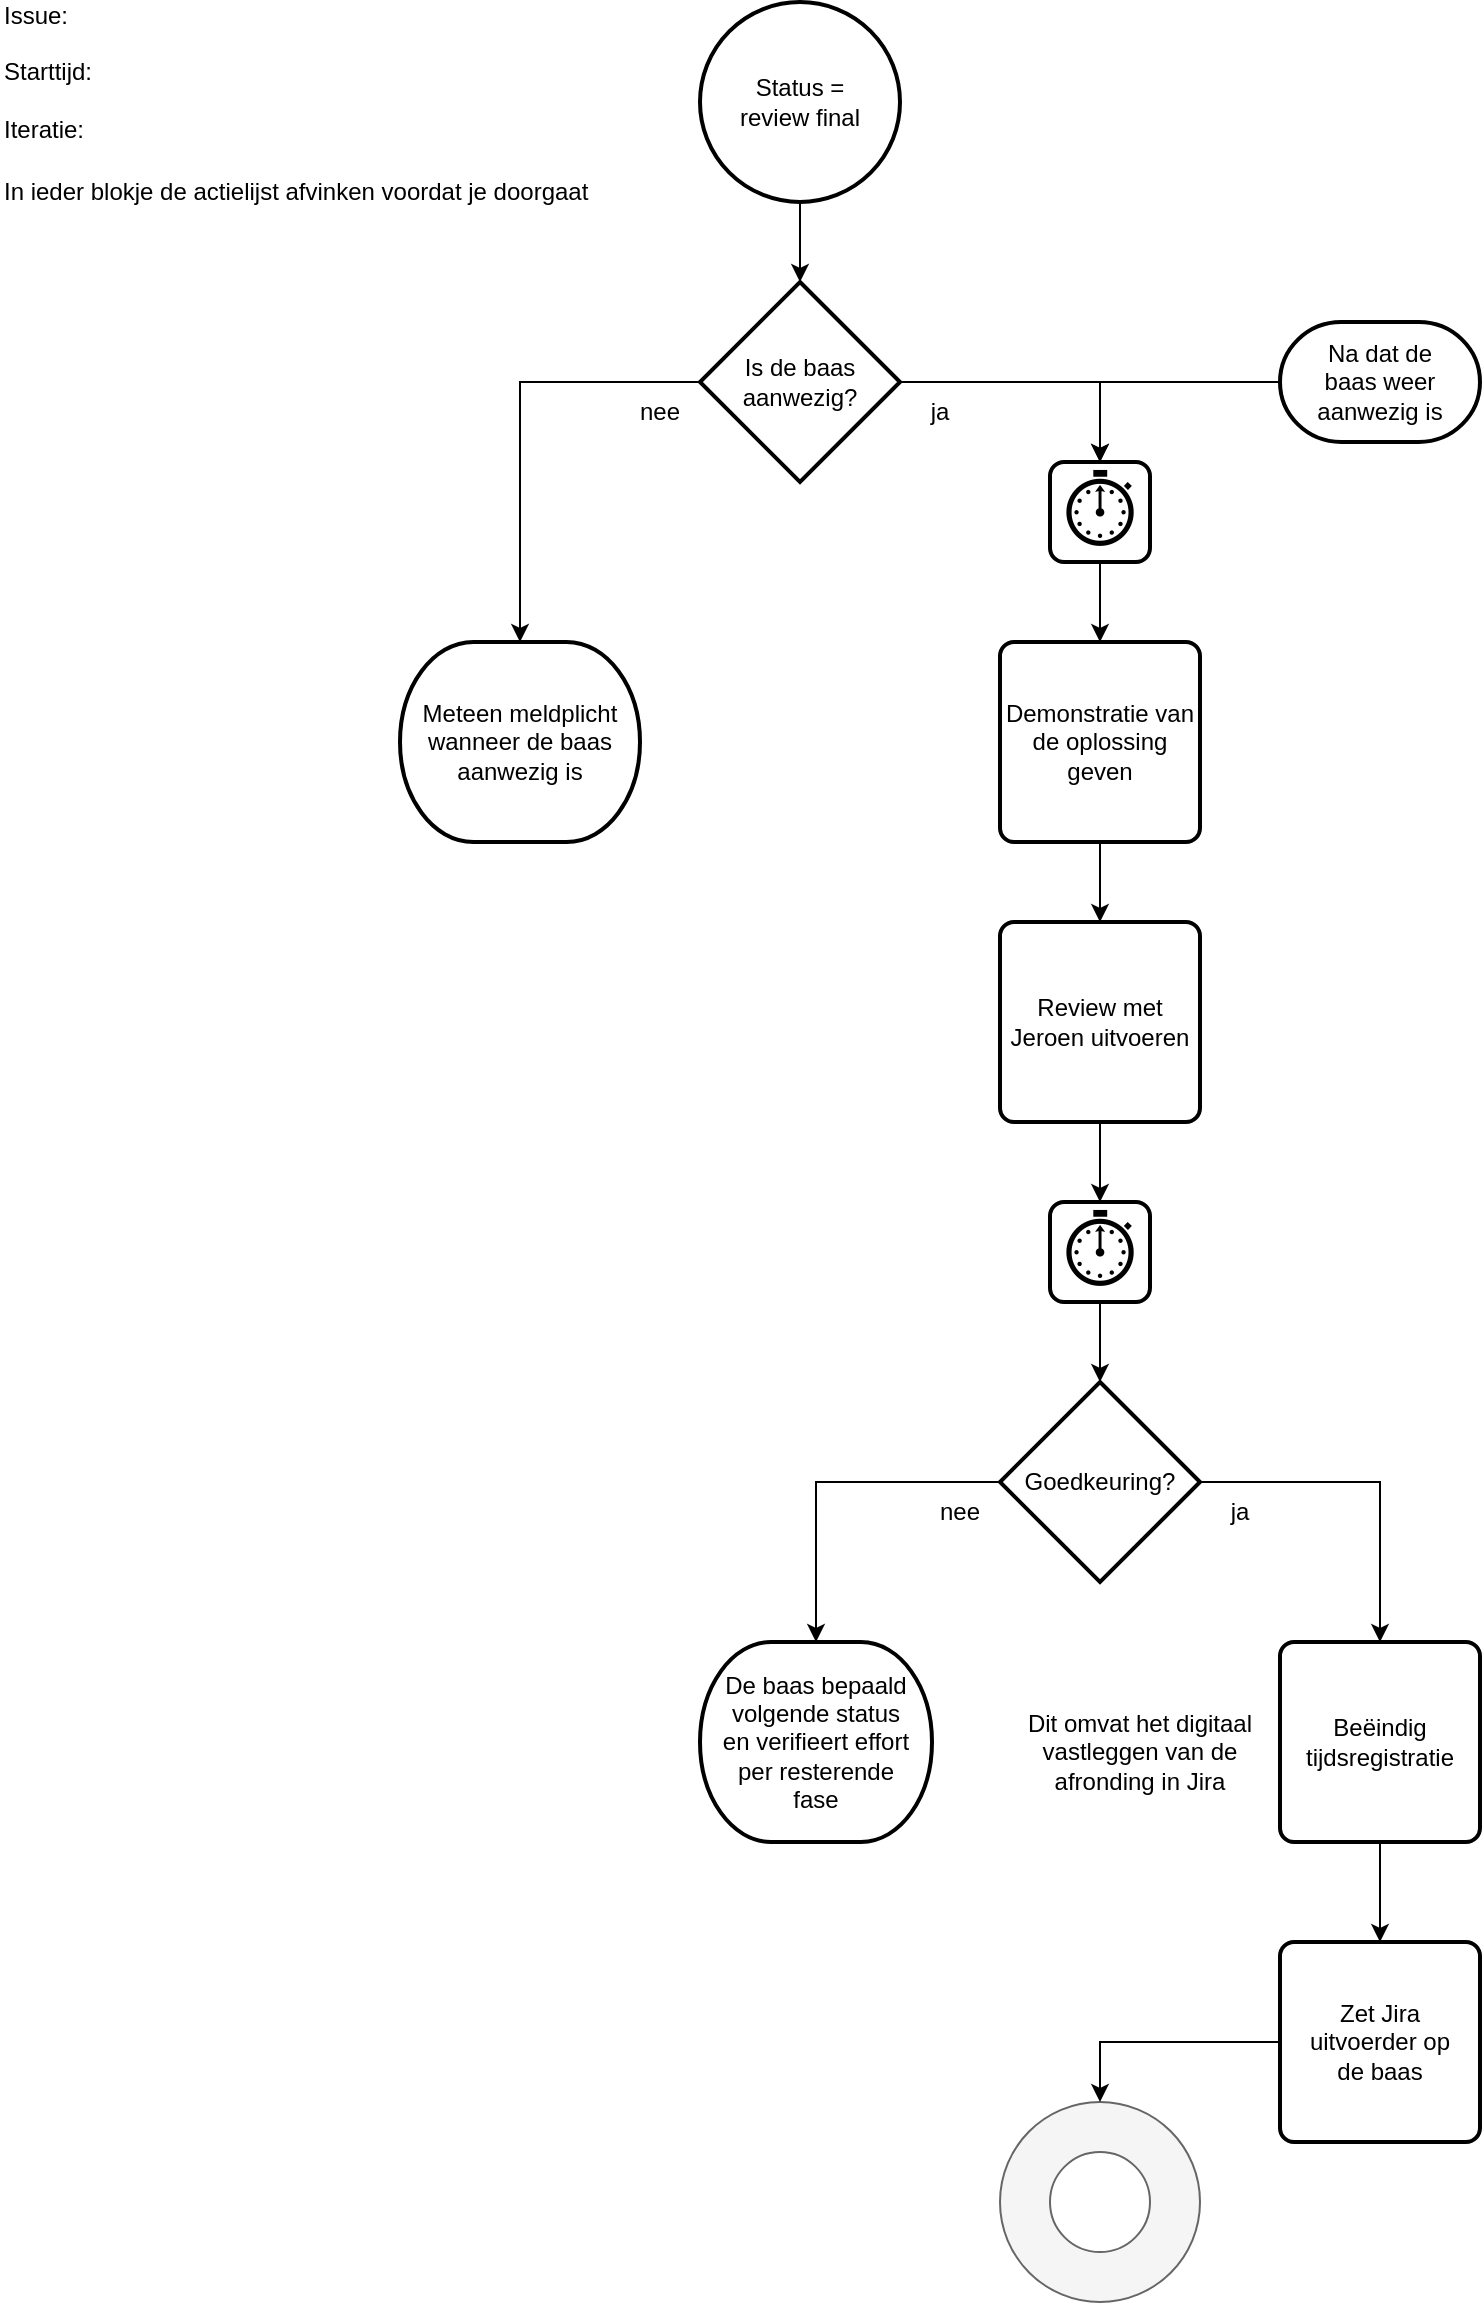
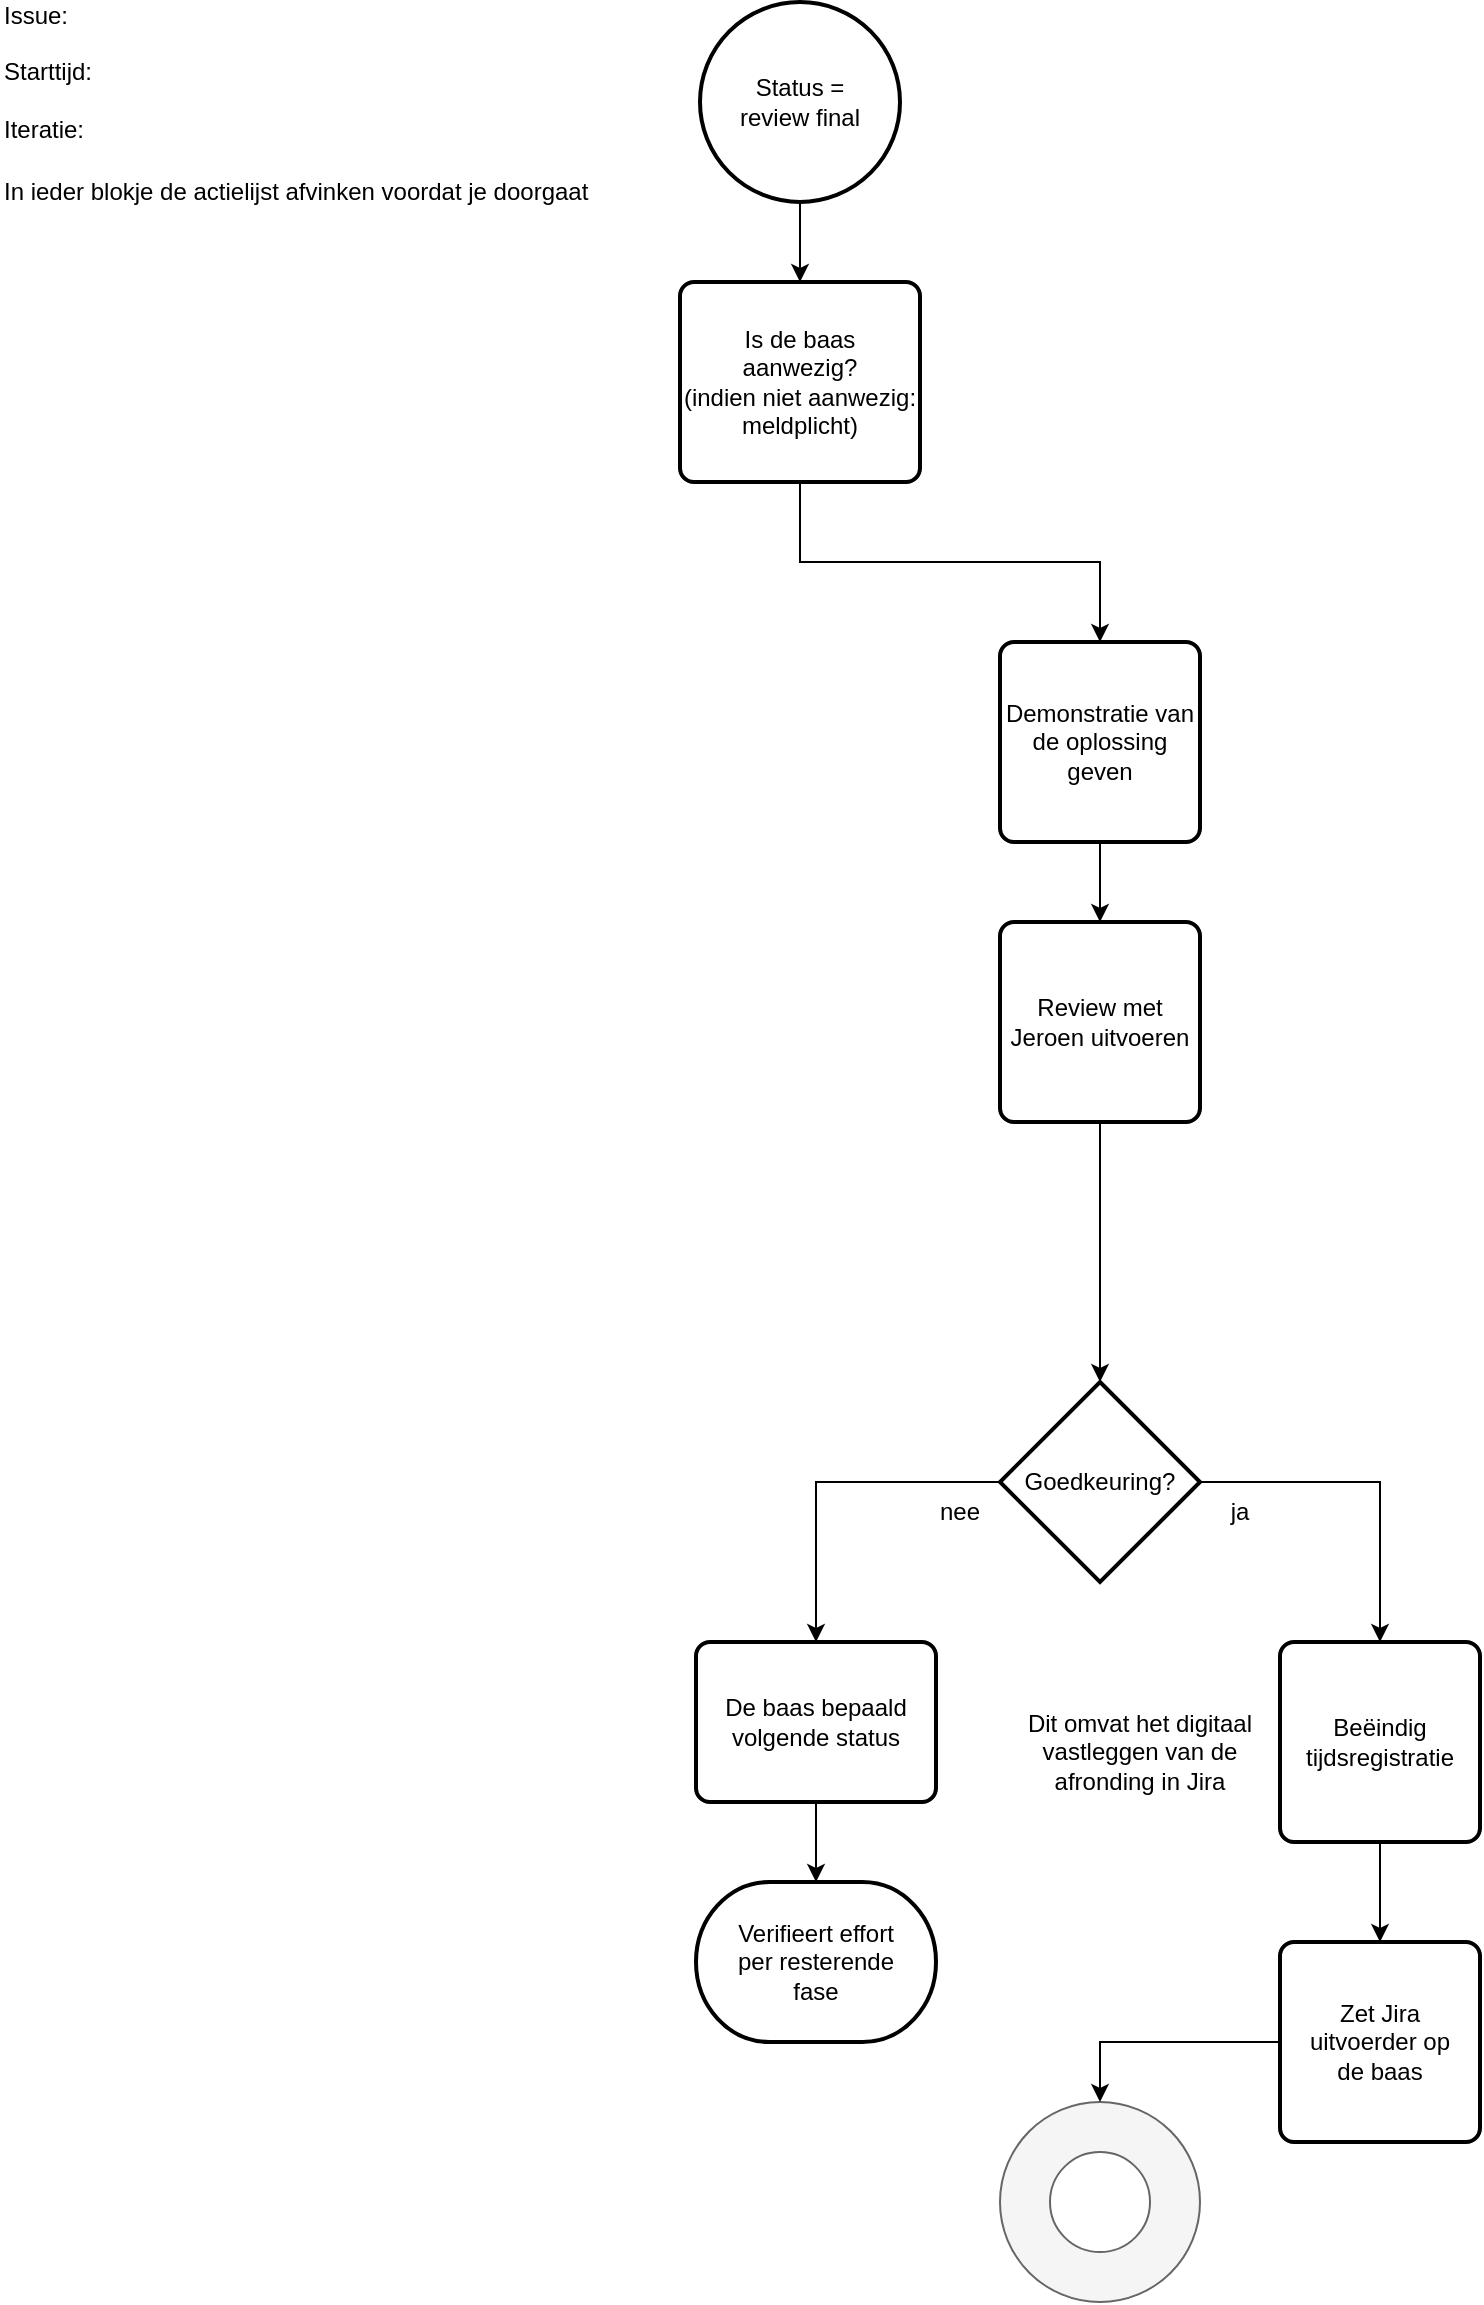
<mxfile host="Electron" agent="Mozilla/5.0 (Windows NT 10.0; Win64; x64) AppleWebKit/537.36 (KHTML, like Gecko) Chrome/143.0.0.0 Safari/537.36">
  <diagram name="Page-1" id="OA8Psgw5BU6XrezAwxYp">
    <mxGraphModel dx="842" dy="6421" grid="1" gridSize="10" guides="1" tooltips="1" connect="1" arrows="1" fold="1" page="1" pageScale="1" pageWidth="827" pageHeight="1169" math="0" shadow="0">
      <root>
        <mxCell id="0" />
        <mxCell id="1" parent="0" />
-         <mxCell id="mpQzUtWff58q1bPTKcpG-1" edge="1" parent="1" source="mpQzUtWff58q1bPTKcpG-2" style="edgeStyle=orthogonalEdgeStyle;rounded=0;orthogonalLoop=1;jettySize=auto;html=1;entryX=0.5;entryY=0;entryDx=0;entryDy=0;entryPerimeter=0;" target="mpQzUtWff58q1bPTKcpG-4" value="">
+         <mxCell id="mpQzUtWff58q1bPTKcpG-1" edge="1" parent="1" source="mpQzUtWff58q1bPTKcpG-2" style="edgeStyle=orthogonalEdgeStyle;rounded=0;orthogonalLoop=1;jettySize=auto;html=1;entryX=0.5;entryY=0;entryDx=0;entryDy=0;" target="mpQzUtWff58q1bPTKcpG-4" value="">
          <mxGeometry relative="1" as="geometry" />
        </mxCell>
        <object label="Status =&lt;br&gt;review final" Action="1001" id="mpQzUtWff58q1bPTKcpG-2">
          <mxCell parent="1" style="strokeWidth=2;html=1;shape=mxgraph.flowchart.start_2;whiteSpace=wrap;" vertex="1">
            <mxGeometry height="100" width="100" x="360" y="-5835" as="geometry" />
          </mxCell>
        </object>
-         <mxCell id="mpQzUtWff58q1bPTKcpG-3" edge="1" parent="1" source="mpQzUtWff58q1bPTKcpG-4" style="edgeStyle=orthogonalEdgeStyle;rounded=0;orthogonalLoop=1;jettySize=auto;html=1;exitX=1;exitY=0.5;exitDx=0;exitDy=0;exitPerimeter=0;entryX=0.5;entryY=0;entryDx=0;entryDy=0;" target="mpQzUtWff58q1bPTKcpG-30">
+         <mxCell id="mpQzUtWff58q1bPTKcpG-3" edge="1" parent="1" source="mpQzUtWff58q1bPTKcpG-4" style="edgeStyle=orthogonalEdgeStyle;rounded=0;orthogonalLoop=1;jettySize=auto;html=1;exitX=0.5;exitY=1;exitDx=0;exitDy=0;entryX=0.5;entryY=0;entryDx=0;entryDy=0;" target="mpQzUtWff58q1bPTKcpG-18">
          <mxGeometry relative="1" as="geometry" />
        </mxCell>
-         <object label="Is de baas&lt;br&gt;aanwezig?" Action="1002" id="mpQzUtWff58q1bPTKcpG-4">
-           <mxCell parent="1" style="strokeWidth=2;html=1;shape=mxgraph.flowchart.decision;whiteSpace=wrap;" vertex="1">
-             <mxGeometry height="100" width="100" x="360" y="-5695" as="geometry" />
-           </mxCell>
-         </object>
-         <mxCell id="mpQzUtWff58q1bPTKcpG-5" parent="1" style="text;html=1;whiteSpace=wrap;strokeColor=none;fillColor=none;align=center;verticalAlign=middle;rounded=0;" value="ja" vertex="1">
-           <mxGeometry height="30" width="60" x="450" y="-5645" as="geometry" />
-         </mxCell>
-         <object label="Meteen meldplicht&lt;br&gt;wanneer de baas&lt;br&gt;aanwezig is" Action="1002F" id="mpQzUtWff58q1bPTKcpG-6">
-           <mxCell parent="1" style="strokeWidth=2;html=1;shape=mxgraph.flowchart.terminator;whiteSpace=wrap;" vertex="1">
-             <mxGeometry height="100" width="120" x="210" y="-5515" as="geometry" />
-           </mxCell>
-         </object>
-         <mxCell id="mpQzUtWff58q1bPTKcpG-7" parent="1" style="text;html=1;whiteSpace=wrap;strokeColor=none;fillColor=none;align=center;verticalAlign=middle;rounded=0;" value="nee" vertex="1">
-           <mxGeometry height="30" width="60" x="310" y="-5645" as="geometry" />
-         </mxCell>
-         <mxCell id="mpQzUtWff58q1bPTKcpG-8" edge="1" parent="1" source="mpQzUtWff58q1bPTKcpG-4" style="edgeStyle=orthogonalEdgeStyle;rounded=0;orthogonalLoop=1;jettySize=auto;html=1;exitX=0;exitY=0.5;exitDx=0;exitDy=0;exitPerimeter=0;entryX=0.5;entryY=0;entryDx=0;entryDy=0;entryPerimeter=0;" target="mpQzUtWff58q1bPTKcpG-6">
-           <mxGeometry relative="1" as="geometry" />
-         </mxCell>
-         <mxCell id="mpQzUtWff58q1bPTKcpG-9" edge="1" parent="1" source="mpQzUtWff58q1bPTKcpG-10" style="edgeStyle=orthogonalEdgeStyle;rounded=0;orthogonalLoop=1;jettySize=auto;html=1;exitX=0;exitY=0.5;exitDx=0;exitDy=0;exitPerimeter=0;entryX=0.5;entryY=0;entryDx=0;entryDy=0;" target="mpQzUtWff58q1bPTKcpG-30">
-           <mxGeometry relative="1" as="geometry" />
-         </mxCell>
-         <object label="Na dat de&lt;br&gt;baas weer&lt;br&gt;aanwezig is" Action="1002T" id="mpQzUtWff58q1bPTKcpG-10">
-           <mxCell parent="1" style="strokeWidth=2;html=1;shape=mxgraph.flowchart.terminator;whiteSpace=wrap;" vertex="1">
-             <mxGeometry height="60" width="100" x="650" y="-5675" as="geometry" />
+         <object label="Is de baas&lt;br&gt;aanwezig?&lt;br&gt;(indien niet aanwezig:&lt;br&gt;meldplicht)" Action="1002" id="mpQzUtWff58q1bPTKcpG-4">
+           <mxCell parent="1" style="rounded=1;whiteSpace=wrap;html=1;absoluteArcSize=1;arcSize=14;strokeWidth=2;" vertex="1">
+             <mxGeometry height="100" width="120" x="350" y="-5695" as="geometry" />
          </mxCell>
        </object>
        <object label="Goedkeuring?" Action="1007" id="mpQzUtWff58q1bPTKcpG-11">
          <mxCell parent="1" style="strokeWidth=2;html=1;shape=mxgraph.flowchart.decision;whiteSpace=wrap;" vertex="1">
            <mxGeometry height="100" width="100" x="510" y="-5145" as="geometry" />
          </mxCell>
        </object>
        <mxCell id="mpQzUtWff58q1bPTKcpG-12" edge="1" parent="1" source="mpQzUtWff58q1bPTKcpG-11" style="edgeStyle=orthogonalEdgeStyle;rounded=0;orthogonalLoop=1;jettySize=auto;html=1;exitX=1;exitY=0.5;exitDx=0;exitDy=0;exitPerimeter=0;entryX=0.5;entryY=0;entryDx=0;entryDy=0;" target="mpQzUtWff58q1bPTKcpG-20">
          <mxGeometry relative="1" as="geometry" />
        </mxCell>
        <mxCell id="mpQzUtWff58q1bPTKcpG-13" parent="1" style="text;html=1;whiteSpace=wrap;strokeColor=none;fillColor=none;align=center;verticalAlign=middle;rounded=0;" value="ja" vertex="1">
          <mxGeometry height="30" width="60" x="600" y="-5095" as="geometry" />
        </mxCell>
-         <object label="De baas bepaald&lt;br&gt;volgende status&lt;br&gt;en verifieert effort&lt;br&gt;per resterende&lt;br&gt;fase" Action="1007F" id="mpQzUtWff58q1bPTKcpG-14">
-           <mxCell parent="1" style="strokeWidth=2;html=1;shape=mxgraph.flowchart.terminator;whiteSpace=wrap;" vertex="1">
-             <mxGeometry height="100" width="116" x="360" y="-5015" as="geometry" />
+         <object label="De baas bepaald&lt;br&gt;volgende status" Action="1007F" id="mpQzUtWff58q1bPTKcpG-14">
+           <mxCell parent="1" style="rounded=1;whiteSpace=wrap;html=1;absoluteArcSize=1;arcSize=14;strokeWidth=2;" vertex="1">
+             <mxGeometry height="80" width="120" x="358" y="-5015" as="geometry" />
          </mxCell>
        </object>
-         <mxCell id="mpQzUtWff58q1bPTKcpG-15" edge="1" parent="1" source="mpQzUtWff58q1bPTKcpG-11" style="edgeStyle=orthogonalEdgeStyle;rounded=0;orthogonalLoop=1;jettySize=auto;html=1;exitX=0;exitY=0.5;exitDx=0;exitDy=0;exitPerimeter=0;entryX=0.5;entryY=0;entryDx=0;entryDy=0;entryPerimeter=0;" target="mpQzUtWff58q1bPTKcpG-14">
+         <mxCell id="mpQzUtWff58q1bPTKcpG-15" edge="1" parent="1" source="mpQzUtWff58q1bPTKcpG-11" style="edgeStyle=orthogonalEdgeStyle;rounded=0;orthogonalLoop=1;jettySize=auto;html=1;exitX=0;exitY=0.5;exitDx=0;exitDy=0;exitPerimeter=0;entryX=0.5;entryY=0;entryDx=0;entryDy=0;" target="mpQzUtWff58q1bPTKcpG-14">
          <mxGeometry relative="1" as="geometry" />
        </mxCell>
        <mxCell id="mpQzUtWff58q1bPTKcpG-16" parent="1" style="text;html=1;whiteSpace=wrap;strokeColor=none;fillColor=none;align=center;verticalAlign=middle;rounded=0;" value="nee" vertex="1">
          <mxGeometry height="30" width="60" x="460" y="-5095" as="geometry" />
        </mxCell>
-         <mxCell id="mpQzUtWff58q1bPTKcpG-17" edge="1" parent="1" source="mpQzUtWff58q1bPTKcpG-18" style="edgeStyle=orthogonalEdgeStyle;rounded=0;orthogonalLoop=1;jettySize=auto;html=1;" target="mpQzUtWff58q1bPTKcpG-28" value="">
+         <mxCell id="mpQzUtWff58q1bPTKcpG-17" edge="1" parent="1" source="mpQzUtWff58q1bPTKcpG-18" style="edgeStyle=orthogonalEdgeStyle;rounded=0;orthogonalLoop=1;jettySize=auto;html=1;exitX=0.5;exitY=1;exitDx=0;exitDy=0;entryX=0.5;entryY=0;entryDx=0;entryDy=0;" target="mpQzUtWff58q1bPTKcpG-28" value="">
          <mxGeometry relative="1" as="geometry" />
        </mxCell>
        <object label="Demonstratie van de oplossing geven" Action="1004" id="mpQzUtWff58q1bPTKcpG-18">
          <mxCell parent="1" style="rounded=1;whiteSpace=wrap;html=1;absoluteArcSize=1;arcSize=14;strokeWidth=2;" vertex="1">
            <mxGeometry height="100" width="100" x="510" y="-5515" as="geometry" />
          </mxCell>
        </object>
        <mxCell id="mpQzUtWff58q1bPTKcpG-19" edge="1" parent="1" source="mpQzUtWff58q1bPTKcpG-20" style="edgeStyle=orthogonalEdgeStyle;rounded=0;orthogonalLoop=1;jettySize=auto;html=1;" target="mpQzUtWff58q1bPTKcpG-22" value="">
          <mxGeometry relative="1" as="geometry" />
        </mxCell>
        <object label="Beëindig&lt;br&gt;tijdsregistratie" Action="1007T" id="mpQzUtWff58q1bPTKcpG-20">
          <mxCell parent="1" style="rounded=1;whiteSpace=wrap;html=1;absoluteArcSize=1;arcSize=14;strokeWidth=2;" vertex="1">
            <mxGeometry height="100" width="100" x="650" y="-5015" as="geometry" />
          </mxCell>
        </object>
        <mxCell id="mpQzUtWff58q1bPTKcpG-21" parent="1" style="text;html=1;whiteSpace=wrap;strokeColor=none;fillColor=none;align=center;verticalAlign=middle;rounded=0;" value="Dit omvat het digitaal vastleggen van de afronding in Jira" vertex="1">
          <mxGeometry height="30" width="120" x="520" y="-4975" as="geometry" />
        </mxCell>
        <object label="Zet Jira&lt;br&gt;uitvoerder op&lt;br&gt;de baas" Action="1008" id="mpQzUtWff58q1bPTKcpG-22">
          <mxCell parent="1" style="rounded=1;whiteSpace=wrap;html=1;absoluteArcSize=1;arcSize=14;strokeWidth=2;" vertex="1">
            <mxGeometry height="100" width="100" x="650" y="-4865" as="geometry" />
          </mxCell>
        </object>
        <mxCell id="mpQzUtWff58q1bPTKcpG-23" parent="1" style="verticalLabelPosition=bottom;verticalAlign=top;html=1;shape=mxgraph.basic.donut;dx=25;fillColor=#f5f5f5;strokeColor=#666666;fontColor=#333333;" value="" vertex="1">
          <mxGeometry height="100" width="100" x="510" y="-4785" as="geometry" />
        </mxCell>
        <mxCell id="mpQzUtWff58q1bPTKcpG-24" edge="1" parent="1" source="mpQzUtWff58q1bPTKcpG-22" style="edgeStyle=orthogonalEdgeStyle;rounded=0;orthogonalLoop=1;jettySize=auto;html=1;exitX=0;exitY=0.5;exitDx=0;exitDy=0;entryX=0.5;entryY=0;entryDx=0;entryDy=0;entryPerimeter=0;" target="mpQzUtWff58q1bPTKcpG-23">
          <mxGeometry relative="1" as="geometry" />
        </mxCell>
        <mxCell id="mpQzUtWff58q1bPTKcpG-25" parent="1" style="text;html=1;align=left;verticalAlign=middle;whiteSpace=wrap;rounded=0;" value="Issue:&amp;nbsp; &amp;nbsp;&lt;br&gt;&lt;br&gt;Starttijd:&lt;br&gt;&lt;br&gt;Iteratie:&amp;nbsp;" vertex="1">
          <mxGeometry height="30" width="60" x="10" y="-5815" as="geometry" />
        </mxCell>
        <mxCell id="mpQzUtWff58q1bPTKcpG-26" parent="1" style="text;html=1;whiteSpace=wrap;strokeColor=none;fillColor=none;align=left;verticalAlign=middle;rounded=0;labelPosition=center;verticalLabelPosition=middle;" value="In ieder blokje de actielijst afvinken voordat je doorgaat" vertex="1">
          <mxGeometry height="30" width="300" x="10" y="-5755" as="geometry" />
        </mxCell>
-         <mxCell id="mpQzUtWff58q1bPTKcpG-27" edge="1" parent="1" source="mpQzUtWff58q1bPTKcpG-28" style="edgeStyle=orthogonalEdgeStyle;rounded=0;orthogonalLoop=1;jettySize=auto;html=1;" target="mpQzUtWff58q1bPTKcpG-32" value="">
+         <mxCell id="mpQzUtWff58q1bPTKcpG-27" edge="1" parent="1" source="mpQzUtWff58q1bPTKcpG-28" style="edgeStyle=orthogonalEdgeStyle;rounded=0;orthogonalLoop=1;jettySize=auto;html=1;exitX=0.5;exitY=1;exitDx=0;exitDy=0;entryX=0.5;entryY=0;entryDx=0;entryDy=0;" target="mpQzUtWff58q1bPTKcpG-11" value="">
          <mxGeometry relative="1" as="geometry" />
        </mxCell>
        <object label="Review met Jeroen uitvoeren" Action="1005" id="mpQzUtWff58q1bPTKcpG-28">
          <mxCell parent="1" style="rounded=1;whiteSpace=wrap;html=1;absoluteArcSize=1;arcSize=14;strokeWidth=2;" vertex="1">
            <mxGeometry height="100" width="100" x="510" y="-5375" as="geometry" />
          </mxCell>
        </object>
-         <mxCell id="mpQzUtWff58q1bPTKcpG-29" edge="1" parent="1" source="mpQzUtWff58q1bPTKcpG-30" style="edgeStyle=orthogonalEdgeStyle;rounded=0;orthogonalLoop=1;jettySize=auto;html=1;" target="mpQzUtWff58q1bPTKcpG-18" value="">
+         <object label="Verifieert effort&lt;br&gt;per resterende&lt;br&gt;fase" Action="1007G" id="mpQzUtWff58q1bPTKcpG-33">
+           <mxCell parent="1" style="strokeWidth=2;html=1;shape=mxgraph.flowchart.terminator;whiteSpace=wrap;" vertex="1">
+             <mxGeometry height="80" width="120" x="358" y="-4895" as="geometry" />
+           </mxCell>
+         </object>
+         <mxCell id="mpQzUtWff58q1bPTKcpG-34" edge="1" parent="1" source="mpQzUtWff58q1bPTKcpG-14" style="edgeStyle=orthogonalEdgeStyle;rounded=0;orthogonalLoop=1;jettySize=auto;html=1;exitX=0.5;exitY=1;exitDx=0;exitDy=0;entryX=0.5;entryY=0;entryDx=0;entryDy=0;" target="mpQzUtWff58q1bPTKcpG-33">
          <mxGeometry relative="1" as="geometry" />
        </mxCell>
-         <object label="&lt;font style=&quot;font-size: 36px;&quot;&gt;⏱️&lt;/font&gt;" Action="1003" id="mpQzUtWff58q1bPTKcpG-30">
-           <mxCell parent="1" style="rounded=1;whiteSpace=wrap;html=1;absoluteArcSize=1;arcSize=14;strokeWidth=2;" vertex="1">
-             <mxGeometry height="50" width="50" x="535" y="-5605" as="geometry" />
-           </mxCell>
-         </object>
-         <mxCell id="mpQzUtWff58q1bPTKcpG-31" edge="1" parent="1" source="mpQzUtWff58q1bPTKcpG-32" style="edgeStyle=orthogonalEdgeStyle;rounded=0;orthogonalLoop=1;jettySize=auto;html=1;" target="mpQzUtWff58q1bPTKcpG-11" value="">
-           <mxGeometry relative="1" as="geometry" />
-         </mxCell>
-         <object label="&lt;font style=&quot;font-size: 36px;&quot;&gt;⏱️&lt;/font&gt;" Action="1006" id="mpQzUtWff58q1bPTKcpG-32">
-           <mxCell parent="1" style="rounded=1;whiteSpace=wrap;html=1;absoluteArcSize=1;arcSize=14;strokeWidth=2;" vertex="1">
-             <mxGeometry height="50" width="50" x="535" y="-5235" as="geometry" />
-           </mxCell>
-         </object>
      </root>
    </mxGraphModel>
  </diagram>
</mxfile>
